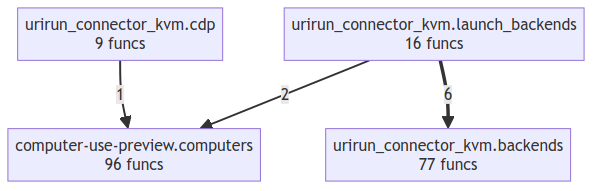
This is project/compact_flow.png from if-uri/urirun-connector-kvm, a Mermaid export, as it was before one commit. Its source is kept beside it as project/compact_flow.mmd.
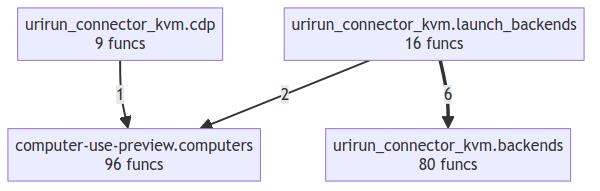
After the commit.

Change to the diagram source:
```diff
@@ -1,6 +1,6 @@
 flowchart TD
     computer_use_preview__computers["computer-use-preview.computers<br/>96 funcs"]
-    urirun_connector_kvm__backends["urirun_connector_kvm.backends<br/>77 funcs"]
+    urirun_connector_kvm__backends["urirun_connector_kvm.backends<br/>80 funcs"]
     urirun_connector_kvm__cdp["urirun_connector_kvm.cdp<br/>9 funcs"]
     urirun_connector_kvm__launch_backends["urirun_connector_kvm.launch_backends<br/>16 funcs"]
     urirun_connector_kvm__launch_backends ==>|6| urirun_connector_kvm__backends
```
